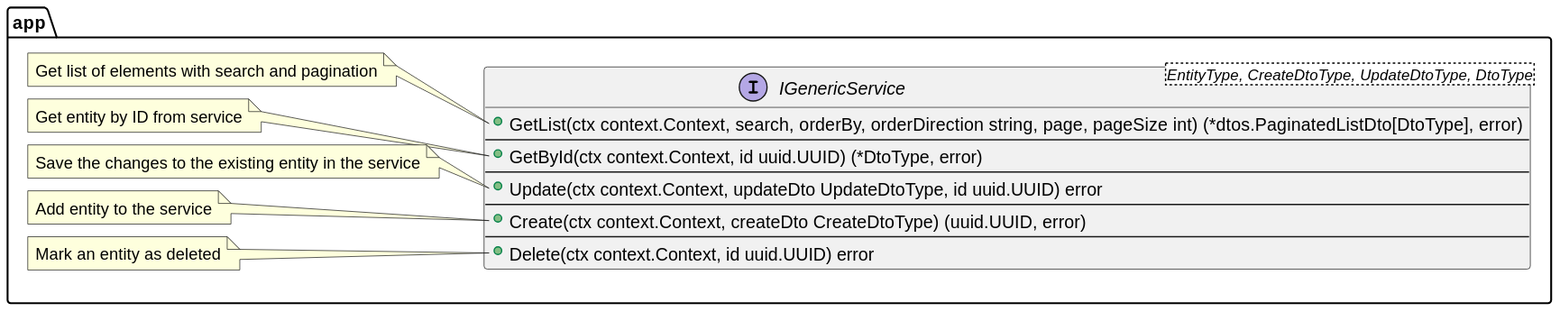
lf-edge/rol keeps this PlantUML diagram as docs/plantuml/interfaces/IGenericService.svg. Above is the earlier version.
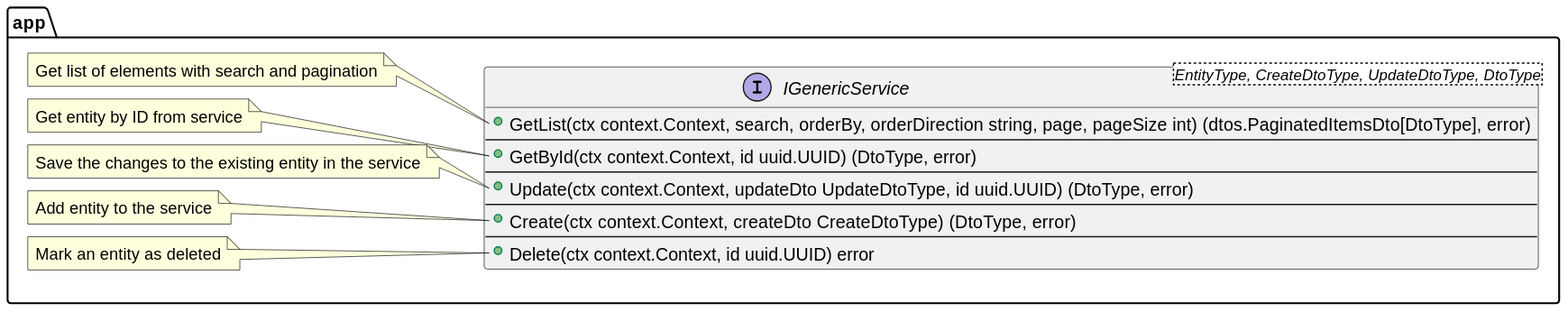
The same file after the commit.

Diff of the diagram source:
```diff
@@ -2,13 +2,13 @@
 
 package app {
     interface IGenericService<EntityType, CreateDtoType, UpdateDtoType, DtoType> {
-        +GetList(ctx context.Context, search, orderBy, orderDirection string, page, pageSize int) (*dtos.PaginatedListDto[DtoType], error)
+        +GetList(ctx context.Context, search, orderBy, orderDirection string, page, pageSize int) (dtos.PaginatedItemsDto[DtoType], error)
         --
-        +GetById(ctx context.Context, id uuid.UUID) (*DtoType, error)
+        +GetById(ctx context.Context, id uuid.UUID) (DtoType, error)
         --
-        +Update(ctx context.Context, updateDto UpdateDtoType, id uuid.UUID) error
+        +Update(ctx context.Context, updateDto UpdateDtoType, id uuid.UUID) (DtoType, error)
         --
-        +Create(ctx context.Context, createDto CreateDtoType) (uuid.UUID, error)
+        +Create(ctx context.Context, createDto CreateDtoType) (DtoType, error)
         --
         +Delete(ctx context.Context, id uuid.UUID) error
     }
```
